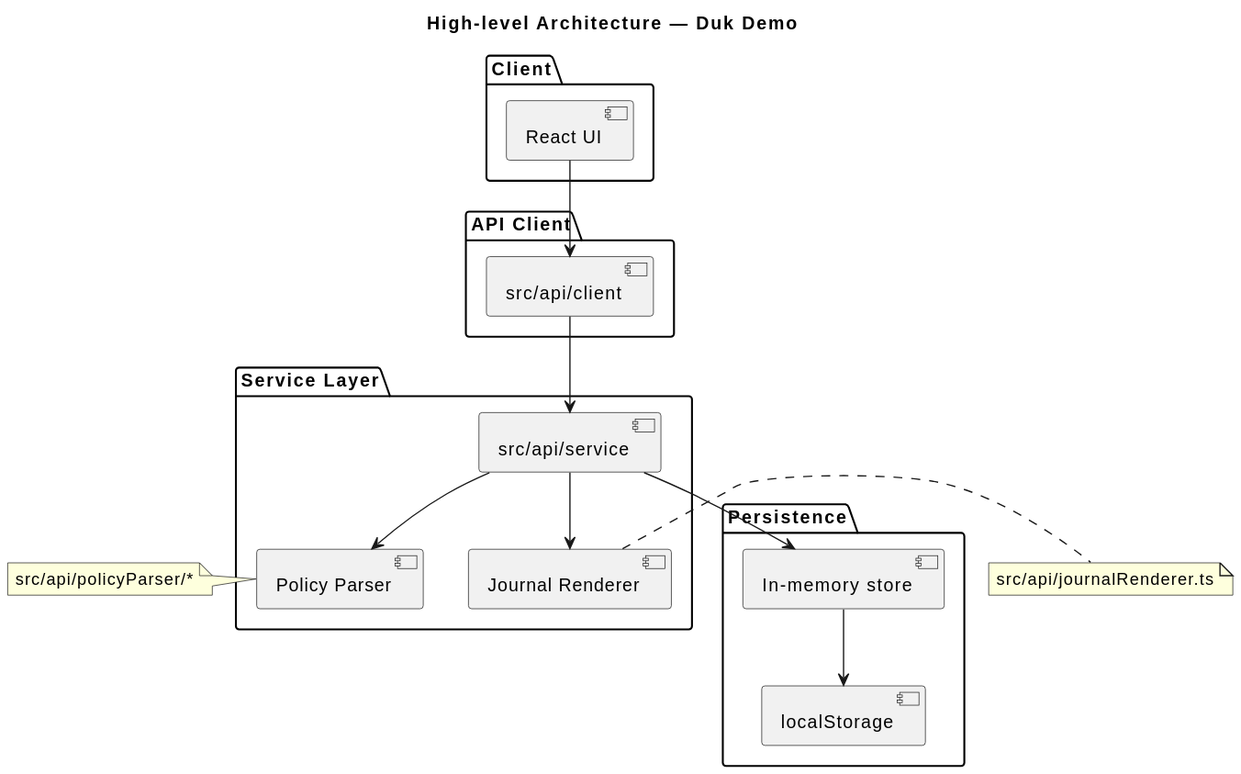
This is docs/diagrams/high-level-architecture.svg from gforge/DUK, a PlantUML export, as it was before one commit.
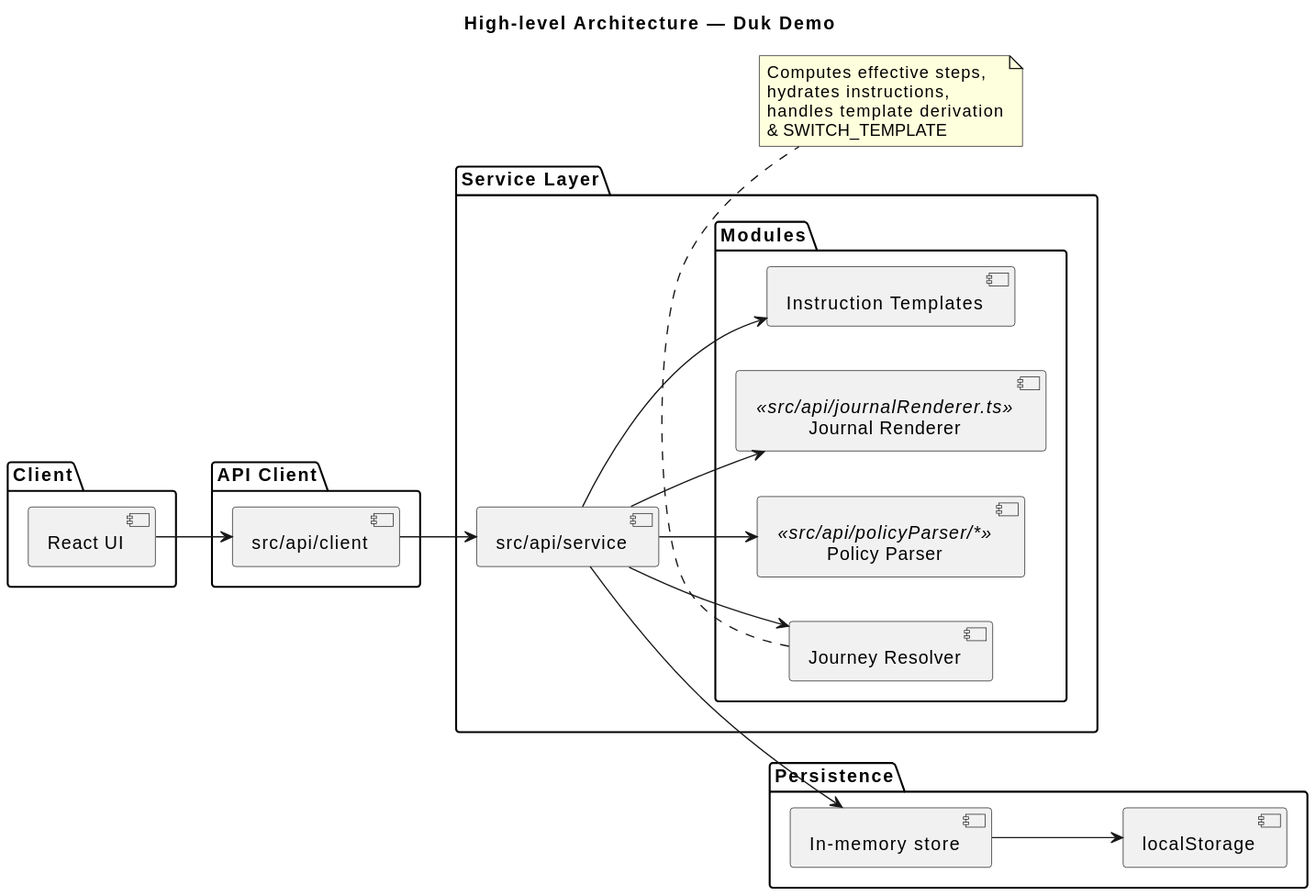
Above is the later version.

What changed in the source:
```diff
@@ -1,5 +1,7 @@
 @startuml
 title High-level Architecture — Duk Demo
+
+left to right direction
 
 package "Client" {
   [React UI]
@@ -11,8 +13,13 @@
 
 package "Service Layer" {
   [src/api/service]
-  [Policy Parser]
-  [Journal Renderer]
+
+  package "Modules" {
+    [Policy Parser] <<src/api/policyParser/*>>
+    [Journal Renderer] <<src/api/journalRenderer.ts>>
+    [Journey Resolver]
+    [Instruction Templates]
+  }
 }
 
 package "Persistence" {
@@ -24,14 +31,15 @@
 [src/api/client] --> [src/api/service]
 [src/api/service] --> [Policy Parser]
 [src/api/service] --> [Journal Renderer]
+[src/api/service] --> [Journey Resolver]
+[src/api/service] --> [Instruction Templates]
 [src/api/service] --> [In-memory store]
 [In-memory store] --> [localStorage]
 
-note left of [Policy Parser]
-  src/api/policyParser/*
-end note
-
-note right of [Journal Renderer]
-  src/api/journalRenderer.ts
+note bottom of [Journey Resolver]
+  Computes effective steps,
+  hydrates instructions,
+  handles template derivation
+  & SWITCH_TEMPLATE
 end note
 @enduml
```
